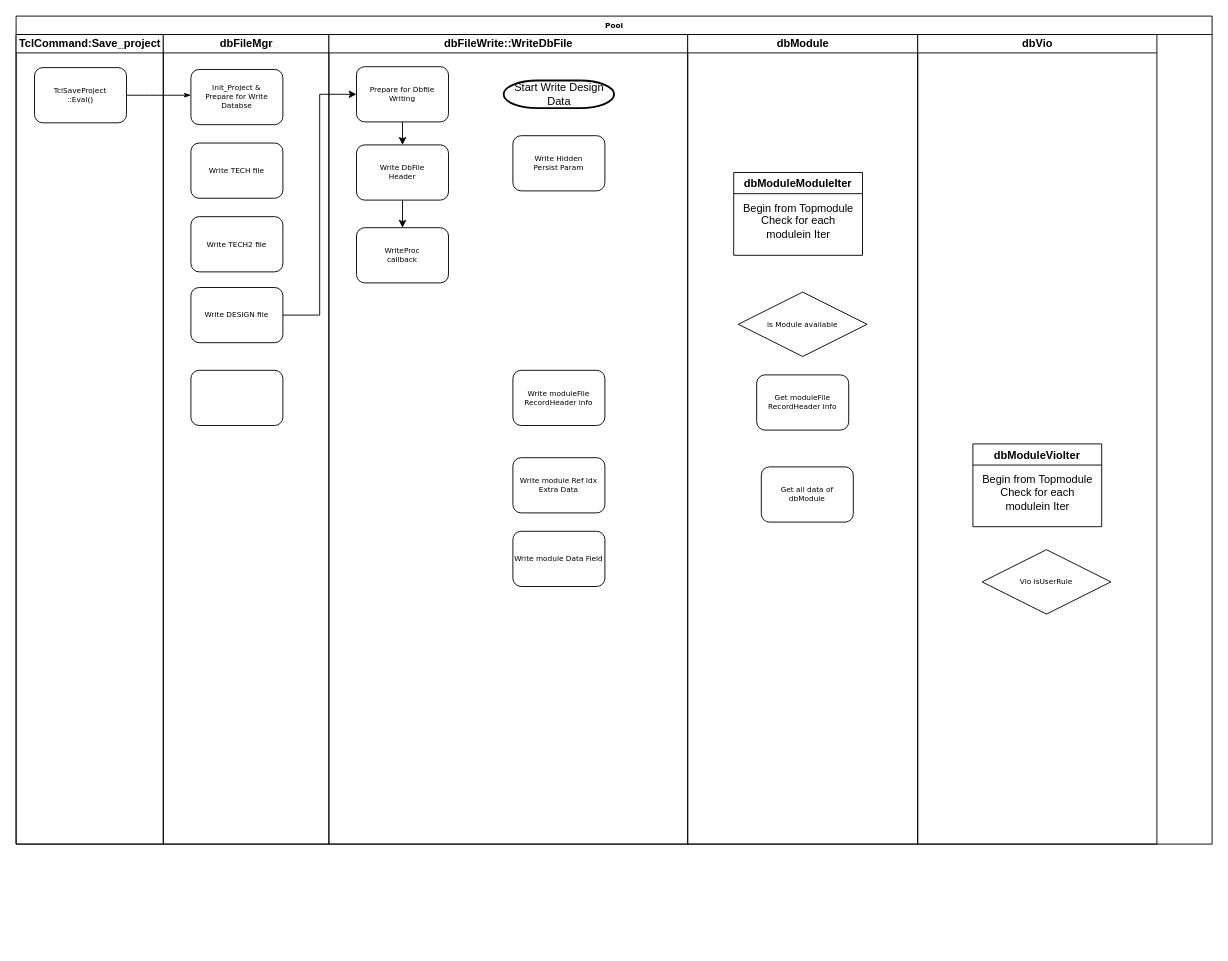
Earlier version of the draw.io diagram Cross-function Diagram.drawio (RebeccaY/start). Source tidied: cells renumbered, new cells numbered last; positions are measured from the earlier drawing's top-left corner, leaving out a move shared by most shapes. Both pictures are drawn from the tidied source at 92%, with x=0, y=0 at pixel (16, 16).
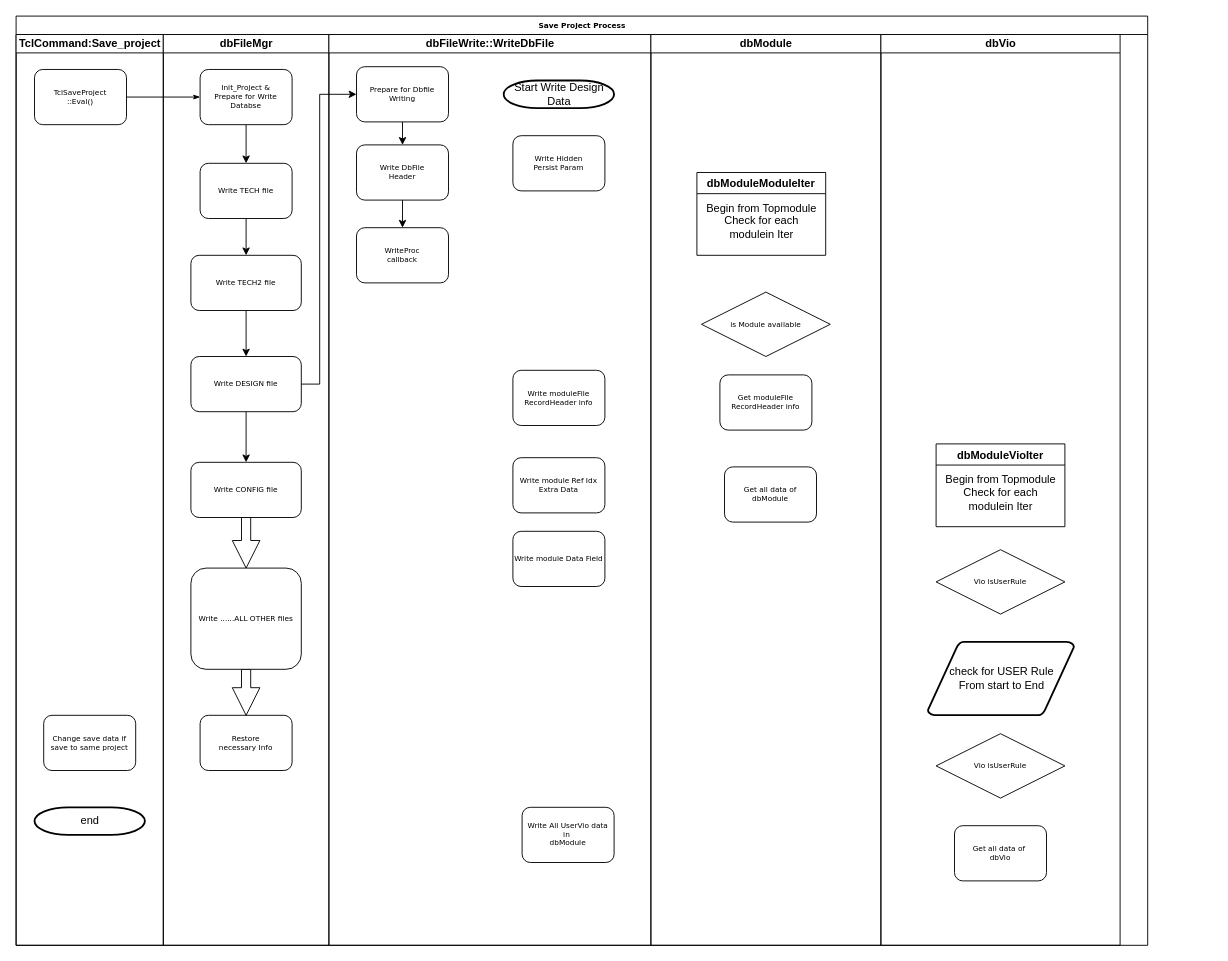
Above is the later version.

Unchanged cells that the change refers to:
```xml
<mxCell id="14" value="Prepare for Dbfile Writing" style="rounded=1;whiteSpace=wrap;html=1;shadow=0;labelBackgroundColor=none;strokeWidth=1;fontFamily=Verdana;fontSize=8;align=center;" parent="12" vertex="1">
  <mxGeometry x="30" y="35" width="100" height="60" as="geometry" />
</mxCell>
```

The edit, as a diff of the source:
```diff
@@
-    <mxCell id="2" value="Pool" style="swimlane;html=1;startSize=20;rounded=0;shadow=0;labelBackgroundColor=none;strokeWidth=1;fontFamily=Verdana;fontSize=8;align=center;" parent="1" vertex="1">
-      <mxGeometry width="1300" height="900" as="geometry" />
+    <mxCell id="2" value="Save Project Process" style="swimlane;html=1;startSize=20;rounded=0;shadow=0;labelBackgroundColor=none;strokeWidth=1;fontFamily=Verdana;fontSize=8;align=center;" parent="1" vertex="1">
+      <mxGeometry width="1230" height="1010" as="geometry" />
     </mxCell>
     <mxCell id="3" value="TclCommand:Save_project" style="swimlane;html=1;startSize=20;" parent="2" vertex="1">
-      <mxGeometry y="20" width="160" height="880" as="geometry" />
+      <mxGeometry y="20" width="160" height="990" as="geometry" />
     </mxCell>
     <mxCell id="4" value="TclSaveProject&lt;br&gt;::Eval()" style="rounded=1;whiteSpace=wrap;html=1;shadow=0;labelBackgroundColor=none;strokeWidth=1;fontFamily=Verdana;fontSize=8;align=center;" parent="3" vertex="1">
-      <mxGeometry x="20" y="36" width="100" height="60" as="geometry" />
+      <mxGeometry x="20" y="38" width="100" height="60" as="geometry" />
     </mxCell>
+    <mxCell id="34" value="Change save data if save to same project" style="rounded=1;whiteSpace=wrap;html=1;shadow=0;labelBackgroundColor=none;strokeWidth=1;fontFamily=Verdana;fontSize=8;align=center;" parent="3" vertex="1">
+      <mxGeometry x="30" y="740" width="100" height="60" as="geometry" />
+    </mxCell>
+    <mxCell id="35" value="end" style="shape=mxgraph.flowchart.terminator;strokeWidth=2;gradientColor=none;gradientDirection=north;fontStyle=0;html=1;" parent="3" vertex="1">
+      <mxGeometry x="20" y="840" width="120" height="30" as="geometry" />
+    </mxCell>
-    <mxCell id="5" style="edgeStyle=orthogonalEdgeStyle;rounded=1;html=1;labelBackgroundColor=none;startArrow=none;startFill=0;startSize=5;endArrow=classicThin;endFill=1;endSize=5;jettySize=auto;strokeWidth=1;fontFamily=Verdana;fontSize=8;" parent="2" edge="1" source="4">
-      <mxGeometry relative="1" as="geometry">
-        <mxPoint x="190" y="86" as="targetPoint" />
-      </mxGeometry>
+    <mxCell id="5" style="edgeStyle=orthogonalEdgeStyle;rounded=1;html=1;labelBackgroundColor=none;startArrow=none;startFill=0;startSize=5;endArrow=classicThin;endFill=1;endSize=5;jettySize=auto;strokeWidth=1;fontFamily=Verdana;fontSize=8;entryX=0;entryY=0.5;entryDx=0;entryDy=0;" parent="2" edge="1" source="4" target="7">
+      <mxGeometry relative="1" as="geometry" />
     </mxCell>
     <mxCell id="6" value="dbFileMgr" style="swimlane;html=1;startSize=20;" parent="2" vertex="1">
-      <mxGeometry x="160" y="20" width="180" height="880" as="geometry" />
+      <mxGeometry x="160" y="20" width="180" height="990" as="geometry" />
     </mxCell>
+    <mxCell id="36" style="edgeStyle=orthogonalEdgeStyle;rounded=0;jettySize=auto;html=1;exitX=0.5;exitY=1;exitDx=0;exitDy=0;entryX=0.5;entryY=0;entryDx=0;entryDy=0;" parent="6" edge="1" source="7" target="8">
+      <mxGeometry relative="1" as="geometry" />
+    </mxCell>
     <mxCell id="7" value="Init_Project &amp;amp;&lt;br&gt;Prepare for Write Databse" style="rounded=1;whiteSpace=wrap;html=1;shadow=0;labelBackgroundColor=none;strokeWidth=1;fontFamily=Verdana;fontSize=8;align=center;" parent="6" vertex="1">
-      <mxGeometry x="30" y="38" width="100" height="60" as="geometry" />
+      <mxGeometry x="40" y="38" width="100" height="60" as="geometry" />
     </mxCell>
+    <mxCell id="37" value="Restore&lt;br&gt;necessary Info" style="rounded=1;whiteSpace=wrap;html=1;shadow=0;labelBackgroundColor=none;strokeWidth=1;fontFamily=Verdana;fontSize=8;align=center;" parent="6" vertex="1">
+      <mxGeometry x="40" y="740" width="100" height="60" as="geometry" />
+    </mxCell>
+    <mxCell id="38" style="edgeStyle=orthogonalEdgeStyle;rounded=0;jettySize=auto;html=1;exitX=0.5;exitY=1;exitDx=0;exitDy=0;entryX=0.5;entryY=0;entryDx=0;entryDy=0;" parent="6" edge="1" source="8" target="9">
+      <mxGeometry relative="1" as="geometry" />
+    </mxCell>
-    <mxCell id="8" value="Write TECH file" style="rounded=1;whiteSpace=wrap;html=1;shadow=0;labelBackgroundColor=none;strokeWidth=1;fontFamily=Verdana;fontSize=8;align=center;" parent="6" vertex="1">
-      <mxGeometry x="30" y="118" width="100" height="60" as="geometry" />
+    <mxCell id="8" value="&lt;span style=&quot;font-family: &amp;#34;verdana&amp;#34;&quot;&gt;Write TECH file&lt;/span&gt;" style="rounded=1;whiteSpace=wrap;html=1;shadow=0;labelBackgroundColor=none;strokeWidth=1;fontFamily=Verdana;fontSize=8;align=center;" parent="6" vertex="1">
+      <mxGeometry x="40" y="140" width="100" height="60" as="geometry" />
     </mxCell>
+    <mxCell id="39" style="edgeStyle=orthogonalEdgeStyle;rounded=0;jettySize=auto;html=1;exitX=0.5;exitY=1;exitDx=0;exitDy=0;entryX=0.5;entryY=0;entryDx=0;entryDy=0;" parent="6" edge="1" source="9" target="10">
+      <mxGeometry relative="1" as="geometry" />
+    </mxCell>
-    <mxCell id="9" value="Write TECH2 file" style="rounded=1;whiteSpace=wrap;html=1;shadow=0;labelBackgroundColor=none;strokeWidth=1;fontFamily=Verdana;fontSize=8;align=center;" parent="6" vertex="1">
-      <mxGeometry x="30" y="198" width="100" height="60" as="geometry" />
+    <mxCell id="9" value="&lt;span style=&quot;font-family: &amp;#34;verdana&amp;#34;&quot;&gt;Write TECH2 file&lt;/span&gt;" style="rounded=1;whiteSpace=wrap;html=1;shadow=0;labelBackgroundColor=none;strokeWidth=1;fontFamily=Verdana;fontSize=8;align=center;" parent="6" vertex="1">
+      <mxGeometry x="30" y="240" width="120" height="60" as="geometry" />
     </mxCell>
+    <mxCell id="40" style="edgeStyle=orthogonalEdgeStyle;rounded=0;jettySize=auto;html=1;exitX=0.5;exitY=1;exitDx=0;exitDy=0;entryX=0.5;entryY=0;entryDx=0;entryDy=0;" parent="6" edge="1" source="10" target="42">
+      <mxGeometry relative="1" as="geometry" />
+    </mxCell>
-    <mxCell id="10" value="Write DESIGN file" style="rounded=1;whiteSpace=wrap;html=1;shadow=0;labelBackgroundColor=none;strokeWidth=1;fontFamily=Verdana;fontSize=8;align=center;" parent="6" vertex="1">
-      <mxGeometry x="30" y="275" width="100" height="60" as="geometry" />
+    <mxCell id="10" value="&lt;span style=&quot;font-family: &amp;#34;verdana&amp;#34;&quot;&gt;Write DESIGN file&lt;/span&gt;" style="rounded=1;whiteSpace=wrap;html=1;shadow=0;labelBackgroundColor=none;strokeWidth=1;fontFamily=Verdana;fontSize=8;align=center;" parent="6" vertex="1">
+      <mxGeometry x="30" y="350" width="120" height="60" as="geometry" />
     </mxCell>
-    <mxCell id="11" style="rounded=1;whiteSpace=wrap;html=1;shadow=0;labelBackgroundColor=none;strokeWidth=1;fontFamily=Verdana;fontSize=8;align=center;" parent="6" vertex="1">
-      <mxGeometry x="30" y="365" width="100" height="60" as="geometry" />
-    </mxCell>
+    <mxCell id="41" style="edgeStyle=orthogonalEdgeStyle;shape=arrow;rounded=0;jettySize=auto;html=1;exitX=0.5;exitY=1;exitDx=0;exitDy=0;entryX=0.5;entryY=0;entryDx=0;entryDy=0;" parent="6" edge="1" source="42" target="44">
+      <mxGeometry relative="1" as="geometry" />
+    </mxCell>
+    <mxCell id="42" value="&lt;span style=&quot;font-family: &amp;#34;verdana&amp;#34;&quot;&gt;Write CONFIG file&lt;/span&gt;" style="rounded=1;whiteSpace=wrap;html=1;shadow=0;labelBackgroundColor=none;strokeWidth=1;fontFamily=Verdana;fontSize=8;align=center;" parent="6" vertex="1">
+      <mxGeometry x="30" y="465" width="120" height="60" as="geometry" />
+    </mxCell>
+    <mxCell id="43" style="edgeStyle=orthogonalEdgeStyle;shape=arrow;rounded=0;jettySize=auto;html=1;exitX=0.5;exitY=1;exitDx=0;exitDy=0;entryX=0.5;entryY=0;entryDx=0;entryDy=0;" parent="6" edge="1" source="44" target="37">
+      <mxGeometry relative="1" as="geometry" />
+    </mxCell>
+    <mxCell id="44" value="&lt;span style=&quot;font-family: &amp;#34;verdana&amp;#34;&quot;&gt;Write ......ALL OTHER files&lt;/span&gt;" style="rounded=1;whiteSpace=wrap;html=1;shadow=0;labelBackgroundColor=none;strokeWidth=1;fontFamily=Verdana;fontSize=8;align=center;" parent="6" vertex="1">
+      <mxGeometry x="30" y="580" width="120" height="110" as="geometry" />
+    </mxCell>
     <mxCell id="12" value="dbFileWrite::WriteDbFile" style="swimlane;html=1;startSize=20;" parent="2" vertex="1">
-      <mxGeometry x="340" y="20" width="390" height="880" as="geometry" />
+      <mxGeometry x="340" y="20" width="350" height="990" as="geometry" />
     </mxCell>
@@
+    <mxCell id="45" value="Write All UserVio data in&amp;nbsp;&lt;br&gt;dbModule" style="rounded=1;whiteSpace=wrap;html=1;shadow=0;labelBackgroundColor=none;strokeWidth=1;fontFamily=Verdana;fontSize=8;align=center;" parent="12" vertex="1">
+      <mxGeometry x="210" y="840" width="100" height="60" as="geometry" />
+    </mxCell>
     <mxCell id="23" value="dbModule" style="swimlane;html=1;startSize=20;" parent="2" vertex="1">
-      <mxGeometry x="730" y="20" width="250" height="880" as="geometry" />
+      <mxGeometry x="690" y="20" width="250" height="990" as="geometry" />
     </mxCell>
@@
-    <mxCell id="29" style="edgeStyle=orthogonalEdgeStyle;rounded=0;jettySize=auto;html=1;entryX=0;entryY=0.5;entryDx=0;entryDy=0;" parent="2" edge="1" source="10" target="14">
-      <mxGeometry relative="1" as="geometry" />
-    </mxCell>
     <mxCell id="30" value="dbVio" style="swimlane;html=1;startSize=20;" parent="2" vertex="1">
-      <mxGeometry x="980" y="20" width="260" height="880" as="geometry" />
+      <mxGeometry x="940" y="20" width="260" height="990" as="geometry" />
     </mxCell>
@@
     <mxCell id="33" value="Vio isUserRule" style="rhombus;whiteSpace=wrap;html=1;rounded=0;shadow=0;labelBackgroundColor=none;strokeWidth=1;fontFamily=Verdana;fontSize=8;align=center;" parent="30" vertex="1">
-      <mxGeometry x="70" y="560" width="140" height="70" as="geometry" />
+      <mxGeometry x="60" y="560" width="140" height="70" as="geometry" />
     </mxCell>
+    <mxCell id="46" value="check for USER Rule&lt;br&gt;From start to End" style="shape=mxgraph.flowchart.data;strokeWidth=2;gradientColor=none;gradientDirection=north;fontStyle=0;html=1;" parent="30" vertex="1">
+      <mxGeometry x="51" y="660" width="159" height="80" as="geometry" />
+    </mxCell>
+    <mxCell id="47" value="Vio isUserRule" style="rhombus;whiteSpace=wrap;html=1;rounded=0;shadow=0;labelBackgroundColor=none;strokeWidth=1;fontFamily=Verdana;fontSize=8;align=center;" parent="30" vertex="1">
+      <mxGeometry x="60" y="760" width="140" height="70" as="geometry" />
+    </mxCell>
+    <mxCell id="48" value="Get all data of&amp;nbsp;&lt;br&gt;dbVio" style="rounded=1;whiteSpace=wrap;html=1;shadow=0;labelBackgroundColor=none;strokeWidth=1;fontFamily=Verdana;fontSize=8;align=center;" parent="30" vertex="1">
+      <mxGeometry x="80" y="860" width="100" height="60" as="geometry" />
+    </mxCell>
+    <mxCell id="29" style="edgeStyle=orthogonalEdgeStyle;rounded=0;jettySize=auto;html=1;exitX=1;exitY=0.5;exitDx=0;exitDy=0;entryX=0;entryY=0.5;entryDx=0;entryDy=0;" parent="2" edge="1" source="10" target="14">
+      <mxGeometry relative="1" as="geometry">
+        <Array as="points">
+          <mxPoint x="330" y="400" />
+          <mxPoint x="330" y="85" />
+        </Array>
+      </mxGeometry>
+    </mxCell>
```
